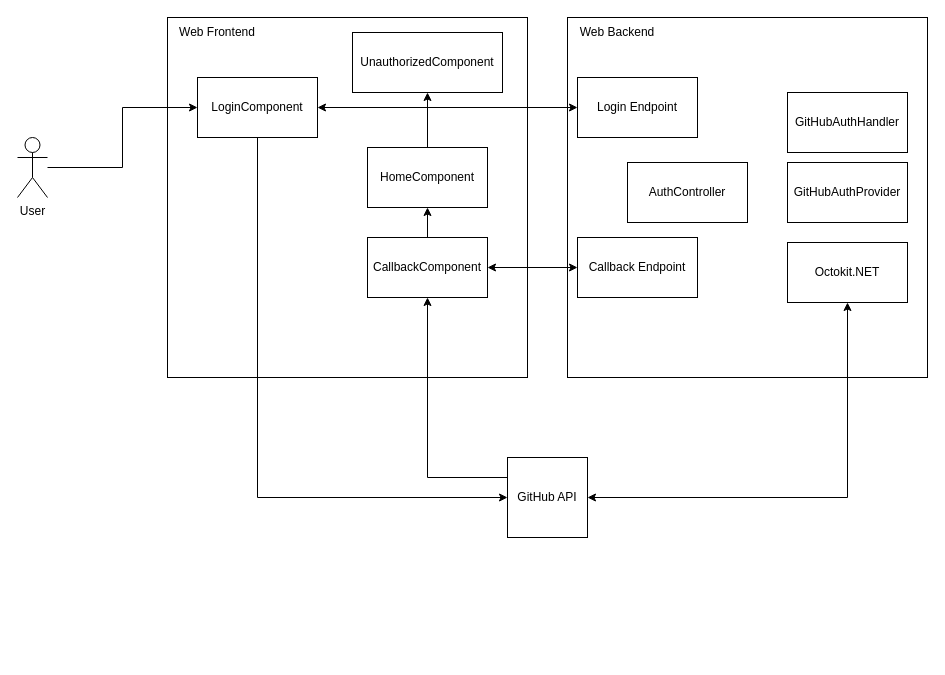
Before: docs/auth-scheme.drawio in Strayker-Software/Binder, a draw.io diagram. Source tidied: cells renumbered, new cells numbered last; positions are measured from the earlier drawing's top-left corner, leaving out a move shared by most shapes. Both pictures are drawn from the tidied source at 100%, with x=0, y=0 at pixel (17, 17).
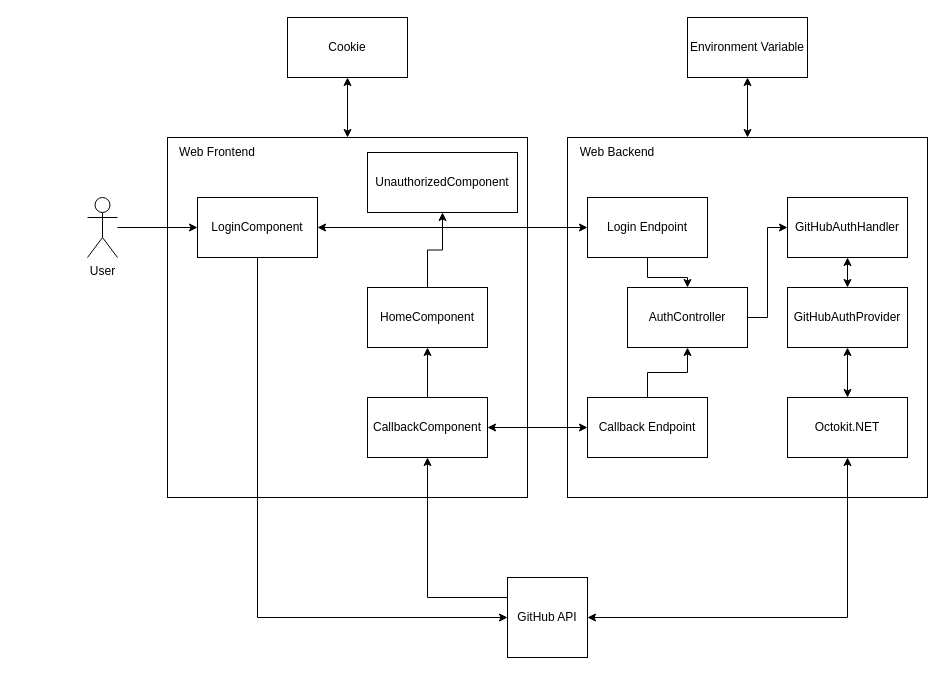
The same page after the edit.

Commit message (it also covers changes not shown here):
docs: Add graphic auth diagram

Change to the diagram source:
```diff
@@
     <mxCell id="2" style="whiteSpace=wrap;html=1;" parent="1" vertex="1">
-      <mxGeometry x="150" width="360" height="360" as="geometry" />
+      <mxGeometry x="150" y="120" width="360" height="360" as="geometry" />
     </mxCell>
     <mxCell id="3" value="Web Frontend" style="text;html=1;strokeColor=none;fillColor=none;align=center;verticalAlign=middle;whiteSpace=wrap;rounded=0;" parent="1" vertex="1">
-      <mxGeometry x="150" width="100" height="30" as="geometry" />
+      <mxGeometry x="150" y="120" width="100" height="30" as="geometry" />
     </mxCell>
     <mxCell id="4" style="whiteSpace=wrap;html=1;" parent="1" vertex="1">
-      <mxGeometry x="550" width="360" height="360" as="geometry" />
+      <mxGeometry x="550" y="120" width="360" height="360" as="geometry" />
     </mxCell>
     <mxCell id="5" value="Web Backend" style="text;html=1;strokeColor=none;fillColor=none;align=center;verticalAlign=middle;whiteSpace=wrap;rounded=0;" parent="1" vertex="1">
-      <mxGeometry x="550" width="100" height="30" as="geometry" />
+      <mxGeometry x="550" y="120" width="100" height="30" as="geometry" />
     </mxCell>
@@
     <mxCell id="7" value="GitHub API" style="whiteSpace=wrap;html=1;" parent="1" vertex="1">
-      <mxGeometry x="490" y="440" width="80" height="80" as="geometry" />
+      <mxGeometry x="490" y="560" width="80" height="80" as="geometry" />
     </mxCell>
@@
     <mxCell id="9" value="Octokit.NET" style="rounded=0;whiteSpace=wrap;html=1;" parent="1" vertex="1">
-      <mxGeometry x="770" y="225" width="120" height="60" as="geometry" />
+      <mxGeometry x="770" y="380" width="120" height="60" as="geometry" />
     </mxCell>
+    <mxCell id="26" style="edgeStyle=orthogonalEdgeStyle;rounded=0;jettySize=auto;html=1;exitX=0.5;exitY=1;exitDx=0;exitDy=0;entryX=0.5;entryY=0;entryDx=0;entryDy=0;startArrow=classic;startFill=1;" parent="1" edge="1" source="10" target="9">
+      <mxGeometry relative="1" as="geometry" />
+    </mxCell>
     <mxCell id="10" value="GitHubAuthProvider" style="rounded=0;whiteSpace=wrap;html=1;" parent="1" vertex="1">
-      <mxGeometry x="770" y="145" width="120" height="60" as="geometry" />
+      <mxGeometry x="770" y="270" width="120" height="60" as="geometry" />
     </mxCell>
+    <mxCell id="27" style="edgeStyle=orthogonalEdgeStyle;rounded=0;jettySize=auto;html=1;exitX=0.5;exitY=1;exitDx=0;exitDy=0;entryX=0.5;entryY=0;entryDx=0;entryDy=0;startArrow=classic;startFill=1;" parent="1" edge="1" source="11" target="10">
+      <mxGeometry relative="1" as="geometry" />
+    </mxCell>
     <mxCell id="11" value="GitHubAuthHandler" style="rounded=0;whiteSpace=wrap;html=1;" parent="1" vertex="1">
-      <mxGeometry x="770" y="75" width="120" height="60" as="geometry" />
+      <mxGeometry x="770" y="180" width="120" height="60" as="geometry" />
     </mxCell>
+    <mxCell id="28" style="edgeStyle=orthogonalEdgeStyle;rounded=0;jettySize=auto;html=1;exitX=1;exitY=0.5;exitDx=0;exitDy=0;entryX=0;entryY=0.5;entryDx=0;entryDy=0;startArrow=none;startFill=0;" parent="1" edge="1" source="12" target="11">
+      <mxGeometry relative="1" as="geometry" />
+    </mxCell>
     <mxCell id="12" value="AuthController" style="rounded=0;whiteSpace=wrap;html=1;" parent="1" vertex="1">
-      <mxGeometry x="610" y="145" width="120" height="60" as="geometry" />
+      <mxGeometry x="610" y="270" width="120" height="60" as="geometry" />
     </mxCell>
+    <mxCell id="29" style="edgeStyle=orthogonalEdgeStyle;rounded=0;jettySize=auto;html=1;exitX=0.5;exitY=1;exitDx=0;exitDy=0;entryX=0.5;entryY=0;entryDx=0;entryDy=0;startArrow=none;startFill=0;" parent="1" edge="1" source="13" target="12">
+      <mxGeometry relative="1" as="geometry" />
+    </mxCell>
     <mxCell id="13" value="Login Endpoint" style="rounded=0;whiteSpace=wrap;html=1;" parent="1" vertex="1">
-      <mxGeometry x="560" y="60" width="120" height="60" as="geometry" />
+      <mxGeometry x="570" y="180" width="120" height="60" as="geometry" />
     </mxCell>
+    <mxCell id="30" style="edgeStyle=orthogonalEdgeStyle;rounded=0;jettySize=auto;html=1;exitX=0.5;exitY=0;exitDx=0;exitDy=0;entryX=0.5;entryY=1;entryDx=0;entryDy=0;startArrow=none;startFill=0;" parent="1" edge="1" source="14" target="12">
+      <mxGeometry relative="1" as="geometry" />
+    </mxCell>
     <mxCell id="14" value="Callback Endpoint" style="rounded=0;whiteSpace=wrap;html=1;" parent="1" vertex="1">
-      <mxGeometry x="560" y="220" width="120" height="60" as="geometry" />
+      <mxGeometry x="570" y="380" width="120" height="60" as="geometry" />
     </mxCell>
@@
     <mxCell id="16" value="User" style="shape=umlActor;verticalLabelPosition=bottom;verticalAlign=top;html=1;outlineConnect=0;" parent="1" vertex="1">
-      <mxGeometry y="120" width="30" height="60" as="geometry" />
+      <mxGeometry x="70" y="180" width="30" height="60" as="geometry" />
     </mxCell>
@@
     <mxCell id="19" value="LoginComponent" style="rounded=0;whiteSpace=wrap;html=1;" parent="1" vertex="1">
-      <mxGeometry x="180" y="60" width="120" height="60" as="geometry" />
+      <mxGeometry x="180" y="180" width="120" height="60" as="geometry" />
     </mxCell>
@@
     <mxCell id="22" value="CallbackComponent" style="rounded=0;whiteSpace=wrap;html=1;" parent="1" vertex="1">
-      <mxGeometry x="350" y="220" width="120" height="60" as="geometry" />
+      <mxGeometry x="350" y="380" width="120" height="60" as="geometry" />
     </mxCell>
@@
     <mxCell id="24" value="HomeComponent" style="rounded=0;whiteSpace=wrap;html=1;" parent="1" vertex="1">
-      <mxGeometry x="350" y="130" width="120" height="60" as="geometry" />
+      <mxGeometry x="350" y="270" width="120" height="60" as="geometry" />
     </mxCell>
     <mxCell id="25" value="UnauthorizedComponent" style="rounded=0;whiteSpace=wrap;html=1;" parent="1" vertex="1">
-      <mxGeometry x="335" y="15" width="150" height="60" as="geometry" />
+      <mxGeometry x="350" y="135" width="150" height="60" as="geometry" />
     </mxCell>
+    <mxCell id="31" style="edgeStyle=orthogonalEdgeStyle;rounded=0;jettySize=auto;html=1;exitX=0.5;exitY=1;exitDx=0;exitDy=0;entryX=0.5;entryY=0;entryDx=0;entryDy=0;startArrow=classic;startFill=1;" parent="1" edge="1" source="32" target="2">
+      <mxGeometry relative="1" as="geometry" />
+    </mxCell>
+    <mxCell id="32" value="Cookie" style="rounded=0;whiteSpace=wrap;html=1;" parent="1" vertex="1">
+      <mxGeometry x="270" width="120" height="60" as="geometry" />
+    </mxCell>
+    <mxCell id="33" style="edgeStyle=orthogonalEdgeStyle;rounded=0;jettySize=auto;html=1;exitX=0.5;exitY=1;exitDx=0;exitDy=0;entryX=0.5;entryY=0;entryDx=0;entryDy=0;startArrow=classic;startFill=1;" parent="1" edge="1" source="34" target="4">
+      <mxGeometry relative="1" as="geometry" />
+    </mxCell>
+    <mxCell id="34" value="Environment Variable" style="rounded=0;whiteSpace=wrap;html=1;" parent="1" vertex="1">
+      <mxGeometry x="670" width="120" height="60" as="geometry" />
+    </mxCell>
```
